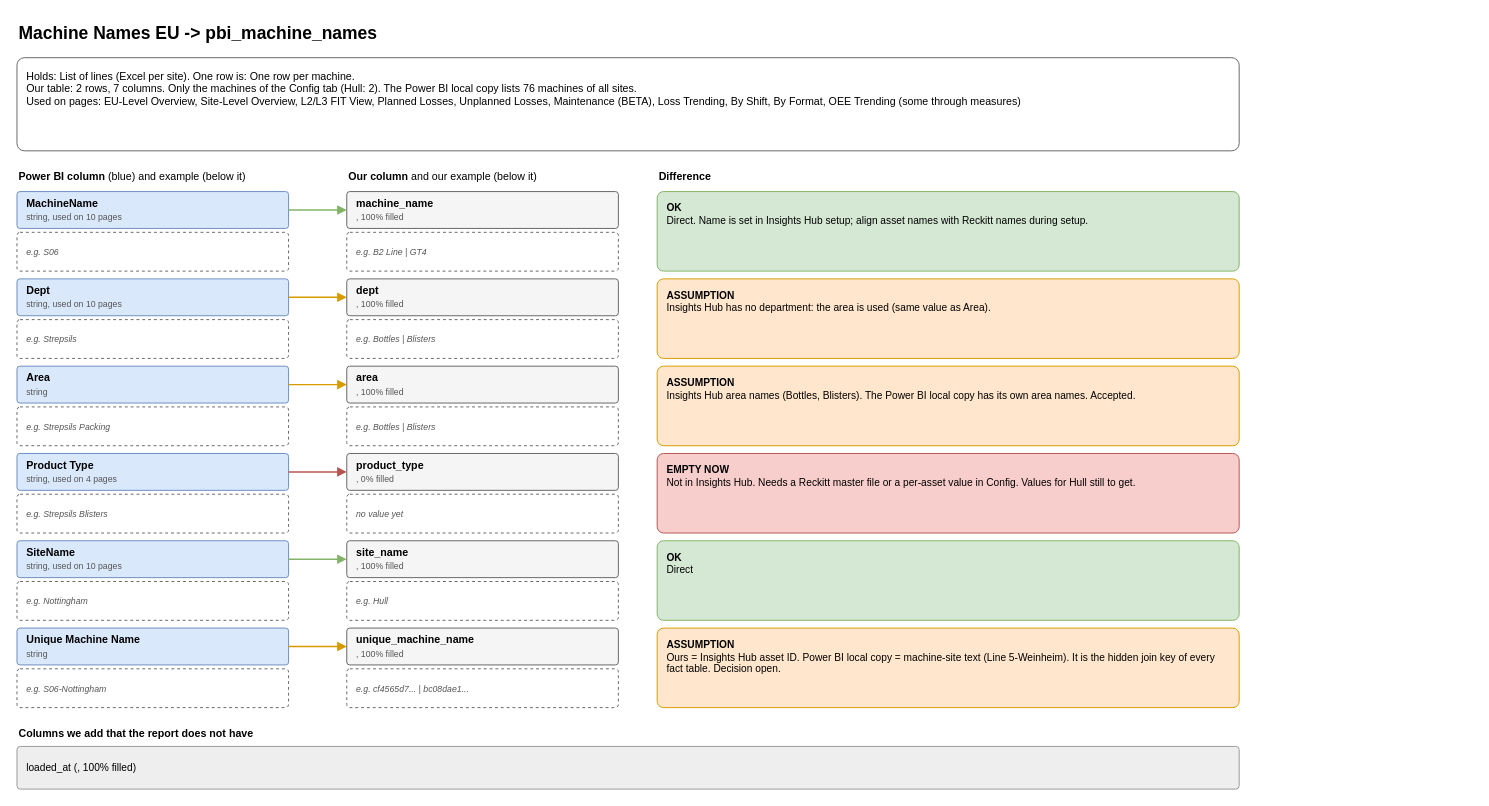
The draw.io diagram page "2 Machine Names EU" (2 of 8) of diagrams/powerbi-data-map.drawio in AbiyyuMufti/SIH-IBMX-R, before the edit. Source tidied: cells renumbered, new cells numbered last; positions are measured from the earlier drawing's top-left corner, leaving out a move shared by most shapes. Both pictures are drawn from the tidied source at 97%, with x=0, y=0 at pixel (16, 16).
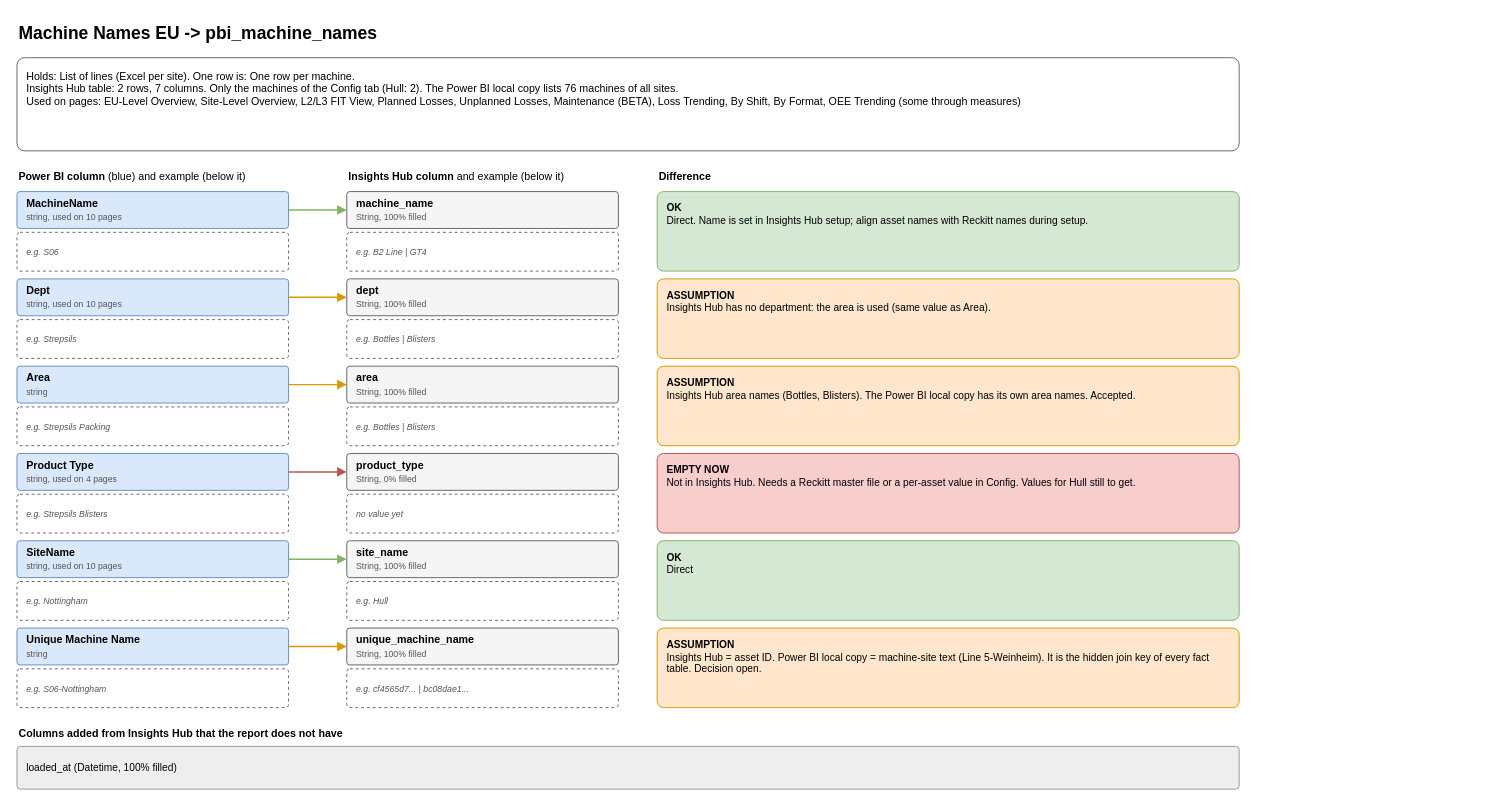
After the change.

Commit message (it also covers changes not shown here):
Diagram: say 'Insights Hub' instead of 'ours' and 'we'; fix the type names

The edit, as a diff of the source:
```diff
@@
-    <mxCell id="3" value="Holds: List of lines (Excel per site). One row is: One row per machine.&lt;br&gt;Our table: 2 rows, 7 columns. Only the machines of the Config tab (Hull: 2). The Power BI local copy lists 76 machines of all sites.&lt;br&gt;Used on pages: EU-Level Overview, Site-Level Overview, L2/L3 FIT View, Planned Losses, Unplanned Losses, Maintenance (BETA), Loss Trending, By Shift, By Format, OEE Trending (some through measures)" style="rounded=1;whiteSpace=wrap;html=1;align=left;verticalAlign=middle;spacingLeft=8;spacingRight=6;spacingTop=2;spacingBottom=2;fontSize=11;arcSize=8;fillColor=#ffffff;strokeColor=#666666;verticalAlign=top;spacingTop=6;fontSize=11;" parent="1" vertex="1">
+    <mxCell id="3" value="Holds: List of lines (Excel per site). One row is: One row per machine.&lt;br&gt;Insights Hub table: 2 rows, 7 columns. Only the machines of the Config tab (Hull: 2). The Power BI local copy lists 76 machines of all sites.&lt;br&gt;Used on pages: EU-Level Overview, Site-Level Overview, L2/L3 FIT View, Planned Losses, Unplanned Losses, Maintenance (BETA), Loss Trending, By Shift, By Format, OEE Trending (some through measures)" style="rounded=1;whiteSpace=wrap;html=1;align=left;verticalAlign=middle;spacingLeft=8;spacingRight=6;spacingTop=2;spacingBottom=2;fontSize=11;arcSize=8;fillColor=#ffffff;strokeColor=#666666;verticalAlign=top;spacingTop=6;fontSize=11;" parent="1" vertex="1">
       <mxGeometry y="42" width="1260" height="96" as="geometry" />
     </mxCell>
@@
-    <mxCell id="5" value="&lt;b&gt;Our column&lt;/b&gt; and our example (below it)" style="text;html=1;whiteSpace=wrap;align=left;verticalAlign=top;fontSize=12;fontSize=11;" parent="1" vertex="1">
+    <mxCell id="5" value="&lt;b&gt;Insights Hub column&lt;/b&gt; and example (below it)" style="text;html=1;whiteSpace=wrap;align=left;verticalAlign=top;fontSize=12;fontSize=11;" parent="1" vertex="1">
       <mxGeometry x="340" y="152" width="270" height="20" as="geometry" />
     </mxCell>
@@
-    <mxCell id="9" value="&lt;b&gt;machine_name&lt;/b&gt;&lt;br&gt;&lt;font style=&quot;font-size:9px&quot; color=&quot;#555555&quot;&gt;, 100% filled&lt;/font&gt;" style="rounded=1;whiteSpace=wrap;html=1;align=left;verticalAlign=middle;spacingLeft=8;spacingRight=6;spacingTop=2;spacingBottom=2;fontSize=11;arcSize=8;fillColor=#f5f5f5;strokeColor=#666666;" parent="1" vertex="1">
+    <mxCell id="9" value="&lt;b&gt;machine_name&lt;/b&gt;&lt;br&gt;&lt;font style=&quot;font-size:9px&quot; color=&quot;#555555&quot;&gt;String, 100% filled&lt;/font&gt;" style="rounded=1;whiteSpace=wrap;html=1;align=left;verticalAlign=middle;spacingLeft=8;spacingRight=6;spacingTop=2;spacingBottom=2;fontSize=11;arcSize=8;fillColor=#f5f5f5;strokeColor=#666666;" parent="1" vertex="1">
       <mxGeometry x="340" y="180" width="280" height="38" as="geometry" />
     </mxCell>
@@
-    <mxCell id="15" value="&lt;b&gt;dept&lt;/b&gt;&lt;br&gt;&lt;font style=&quot;font-size:9px&quot; color=&quot;#555555&quot;&gt;, 100% filled&lt;/font&gt;" style="rounded=1;whiteSpace=wrap;html=1;align=left;verticalAlign=middle;spacingLeft=8;spacingRight=6;spacingTop=2;spacingBottom=2;fontSize=11;arcSize=8;fillColor=#f5f5f5;strokeColor=#666666;" parent="1" vertex="1">
+    <mxCell id="15" value="&lt;b&gt;dept&lt;/b&gt;&lt;br&gt;&lt;font style=&quot;font-size:9px&quot; color=&quot;#555555&quot;&gt;String, 100% filled&lt;/font&gt;" style="rounded=1;whiteSpace=wrap;html=1;align=left;verticalAlign=middle;spacingLeft=8;spacingRight=6;spacingTop=2;spacingBottom=2;fontSize=11;arcSize=8;fillColor=#f5f5f5;strokeColor=#666666;" parent="1" vertex="1">
       <mxGeometry x="340" y="270" width="280" height="38" as="geometry" />
     </mxCell>
@@
-    <mxCell id="21" value="&lt;b&gt;area&lt;/b&gt;&lt;br&gt;&lt;font style=&quot;font-size:9px&quot; color=&quot;#555555&quot;&gt;, 100% filled&lt;/font&gt;" style="rounded=1;whiteSpace=wrap;html=1;align=left;verticalAlign=middle;spacingLeft=8;spacingRight=6;spacingTop=2;spacingBottom=2;fontSize=11;arcSize=8;fillColor=#f5f5f5;strokeColor=#666666;" parent="1" vertex="1">
+    <mxCell id="21" value="&lt;b&gt;area&lt;/b&gt;&lt;br&gt;&lt;font style=&quot;font-size:9px&quot; color=&quot;#555555&quot;&gt;String, 100% filled&lt;/font&gt;" style="rounded=1;whiteSpace=wrap;html=1;align=left;verticalAlign=middle;spacingLeft=8;spacingRight=6;spacingTop=2;spacingBottom=2;fontSize=11;arcSize=8;fillColor=#f5f5f5;strokeColor=#666666;" parent="1" vertex="1">
       <mxGeometry x="340" y="360" width="280" height="38" as="geometry" />
     </mxCell>
@@
-    <mxCell id="27" value="&lt;b&gt;product_type&lt;/b&gt;&lt;br&gt;&lt;font style=&quot;font-size:9px&quot; color=&quot;#555555&quot;&gt;, 0% filled&lt;/font&gt;" style="rounded=1;whiteSpace=wrap;html=1;align=left;verticalAlign=middle;spacingLeft=8;spacingRight=6;spacingTop=2;spacingBottom=2;fontSize=11;arcSize=8;fillColor=#f5f5f5;strokeColor=#666666;" parent="1" vertex="1">
+    <mxCell id="27" value="&lt;b&gt;product_type&lt;/b&gt;&lt;br&gt;&lt;font style=&quot;font-size:9px&quot; color=&quot;#555555&quot;&gt;String, 0% filled&lt;/font&gt;" style="rounded=1;whiteSpace=wrap;html=1;align=left;verticalAlign=middle;spacingLeft=8;spacingRight=6;spacingTop=2;spacingBottom=2;fontSize=11;arcSize=8;fillColor=#f5f5f5;strokeColor=#666666;" parent="1" vertex="1">
       <mxGeometry x="340" y="450" width="280" height="38" as="geometry" />
     </mxCell>
@@
-    <mxCell id="33" value="&lt;b&gt;site_name&lt;/b&gt;&lt;br&gt;&lt;font style=&quot;font-size:9px&quot; color=&quot;#555555&quot;&gt;, 100% filled&lt;/font&gt;" style="rounded=1;whiteSpace=wrap;html=1;align=left;verticalAlign=middle;spacingLeft=8;spacingRight=6;spacingTop=2;spacingBottom=2;fontSize=11;arcSize=8;fillColor=#f5f5f5;strokeColor=#666666;" parent="1" vertex="1">
+    <mxCell id="33" value="&lt;b&gt;site_name&lt;/b&gt;&lt;br&gt;&lt;font style=&quot;font-size:9px&quot; color=&quot;#555555&quot;&gt;String, 100% filled&lt;/font&gt;" style="rounded=1;whiteSpace=wrap;html=1;align=left;verticalAlign=middle;spacingLeft=8;spacingRight=6;spacingTop=2;spacingBottom=2;fontSize=11;arcSize=8;fillColor=#f5f5f5;strokeColor=#666666;" parent="1" vertex="1">
       <mxGeometry x="340" y="540" width="280" height="38" as="geometry" />
     </mxCell>
@@
-    <mxCell id="39" value="&lt;b&gt;unique_machine_name&lt;/b&gt;&lt;br&gt;&lt;font style=&quot;font-size:9px&quot; color=&quot;#555555&quot;&gt;, 100% filled&lt;/font&gt;" style="rounded=1;whiteSpace=wrap;html=1;align=left;verticalAlign=middle;spacingLeft=8;spacingRight=6;spacingTop=2;spacingBottom=2;fontSize=11;arcSize=8;fillColor=#f5f5f5;strokeColor=#666666;" parent="1" vertex="1">
+    <mxCell id="39" value="&lt;b&gt;unique_machine_name&lt;/b&gt;&lt;br&gt;&lt;font style=&quot;font-size:9px&quot; color=&quot;#555555&quot;&gt;String, 100% filled&lt;/font&gt;" style="rounded=1;whiteSpace=wrap;html=1;align=left;verticalAlign=middle;spacingLeft=8;spacingRight=6;spacingTop=2;spacingBottom=2;fontSize=11;arcSize=8;fillColor=#f5f5f5;strokeColor=#666666;" parent="1" vertex="1">
       <mxGeometry x="340" y="630" width="280" height="38" as="geometry" />
     </mxCell>
@@
-    <mxCell id="42" value="&lt;b&gt;ASSUMPTION&lt;/b&gt;&lt;br&gt;Ours = Insights Hub asset ID. Power BI local copy = machine-site text (Line 5-Weinheim). It is the hidden join key of every fact table. Decision open." style="rounded=1;whiteSpace=wrap;html=1;align=left;verticalAlign=middle;spacingLeft=8;spacingRight=6;spacingTop=2;spacingBottom=2;fontSize=11;arcSize=8;fillColor=#ffe6cc;strokeColor=#d79b00;verticalAlign=top;spacingTop=4;fontSize=10.5;" parent="1" vertex="1">
+    <mxCell id="42" value="&lt;b&gt;ASSUMPTION&lt;/b&gt;&lt;br&gt;Insights Hub = asset ID. Power BI local copy = machine-site text (Line 5-Weinheim). It is the hidden join key of every fact table. Decision open." style="rounded=1;whiteSpace=wrap;html=1;align=left;verticalAlign=middle;spacingLeft=8;spacingRight=6;spacingTop=2;spacingBottom=2;fontSize=11;arcSize=8;fillColor=#ffe6cc;strokeColor=#d79b00;verticalAlign=top;spacingTop=4;fontSize=10.5;" parent="1" vertex="1">
       <mxGeometry x="660" y="630" width="600" height="82" as="geometry" />
     </mxCell>
-    <mxCell id="43" value="&lt;b&gt;Columns we add that the report does not have&lt;/b&gt;" style="text;html=1;whiteSpace=wrap;align=left;verticalAlign=top;fontSize=12;fontSize=11;" parent="1" vertex="1">
+    <mxCell id="43" value="&lt;b&gt;Columns added from Insights Hub that the report does not have&lt;/b&gt;" style="text;html=1;whiteSpace=wrap;align=left;verticalAlign=top;fontSize=12;fontSize=11;" parent="1" vertex="1">
       <mxGeometry y="726" width="1260" height="20" as="geometry" />
     </mxCell>
-    <mxCell id="44" value="loaded_at (, 100% filled)" style="rounded=1;whiteSpace=wrap;html=1;align=left;verticalAlign=middle;spacingLeft=8;spacingRight=6;spacingTop=2;spacingBottom=2;fontSize=11;arcSize=8;fillColor=#eeeeee;strokeColor=#999999;fontSize=10.5;" parent="1" vertex="1">
+    <mxCell id="44" value="loaded_at (Datetime, 100% filled)" style="rounded=1;whiteSpace=wrap;html=1;align=left;verticalAlign=middle;spacingLeft=8;spacingRight=6;spacingTop=2;spacingBottom=2;fontSize=11;arcSize=8;fillColor=#eeeeee;strokeColor=#999999;fontSize=10.5;" parent="1" vertex="1">
       <mxGeometry y="752" width="1260" height="44" as="geometry" />
     </mxCell>
```
